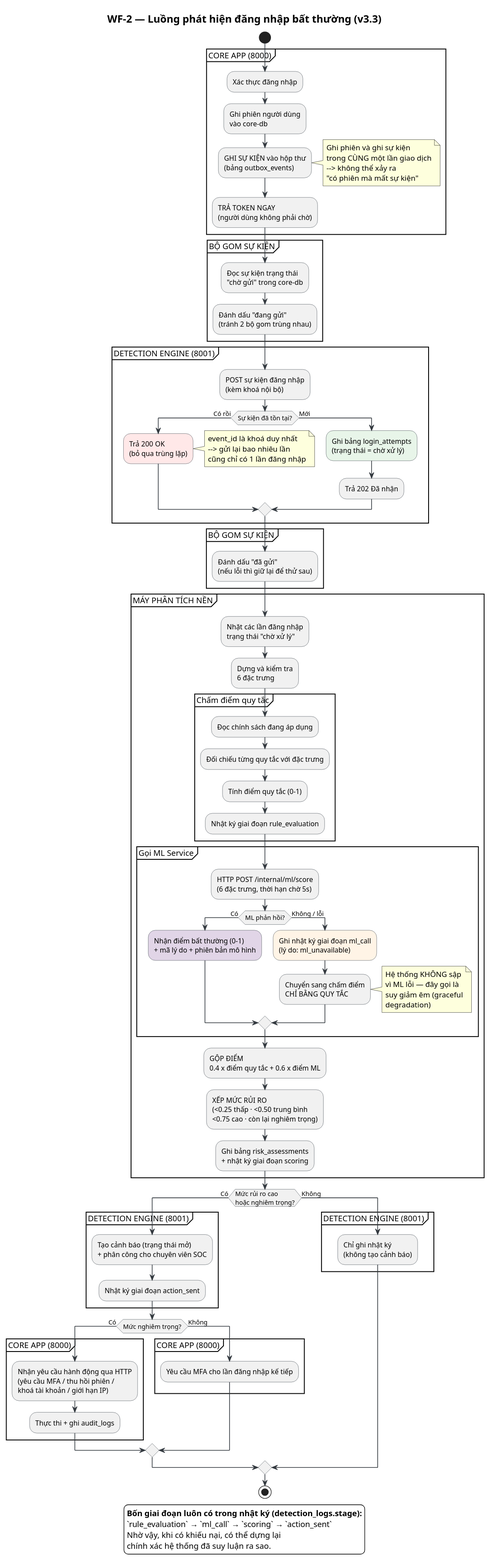
Earlier version of the PlantUML export docs/diagrams/v3.3-detect/02-wf2-duong-dien-chinh.svg (Albert-Tuan/sentinel-auth).
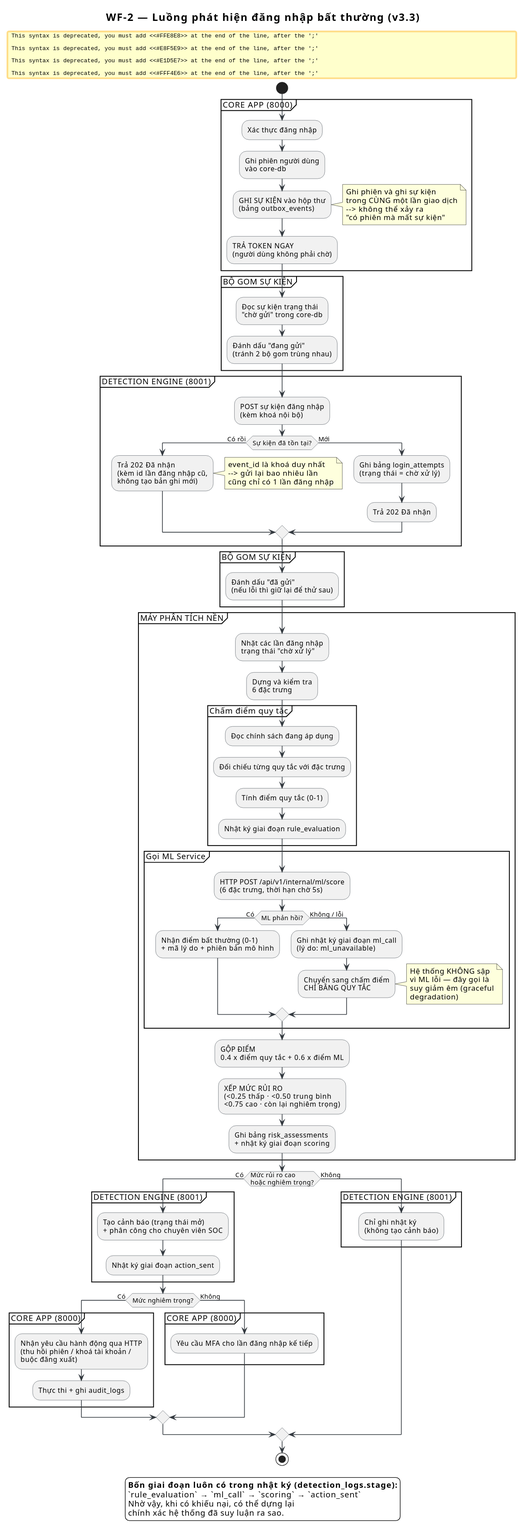
Later version of the same file.

The edit, as a diff of the source:
```diff
@@ -35,7 +35,7 @@
 partition "DETECTION ENGINE (8001)" {
   :POST sự kiện đăng nhập\n(kèm khoá nội bộ);
   if (Sự kiện đã tồn tại?) then (Có rồi)
-    #FFE8E8:Trả 200 OK\n(bỏ qua trùng lặp);
+    #FFE8E8:Trả 202 Đã nhận\n(kèm id lần đăng nhập cũ,\nkhông tạo bản ghi mới);
     note right
       event_id là khoá duy nhất
       --> gửi lại bao nhiêu lần
@@ -59,7 +59,7 @@
     :Nhật ký giai đoạn rule_evaluation;
   }
   partition "Gọi ML Service" {
-    :HTTP POST /internal/ml/score\n(6 đặc trưng, thời hạn chờ 5s);
+    :HTTP POST /api/v1/internal/ml/score\n(6 đặc trưng, thời hạn chờ 5s);
     if (ML phản hồi?) then (Có)
       #E1D5E7:Nhận điểm bất thường (0-1)\n+ mã lý do + phiên bản mô hình;
     else (Không / lỗi)
@@ -84,7 +84,7 @@
   }
   if (Mức nghiêm trọng?) then (Có)
     partition "CORE APP (8000)" {
-      :Nhận yêu cầu hành động qua HTTP\n(yêu cầu MFA / thu hồi phiên /\nkhoá tài khoản / giới hạn IP);
+      :Nhận yêu cầu hành động qua HTTP\n(thu hồi phiên / khoá tài khoản /\nbuộc đăng xuất);
       :Thực thi + ghi audit_logs;
     }
   else (Không)
```
